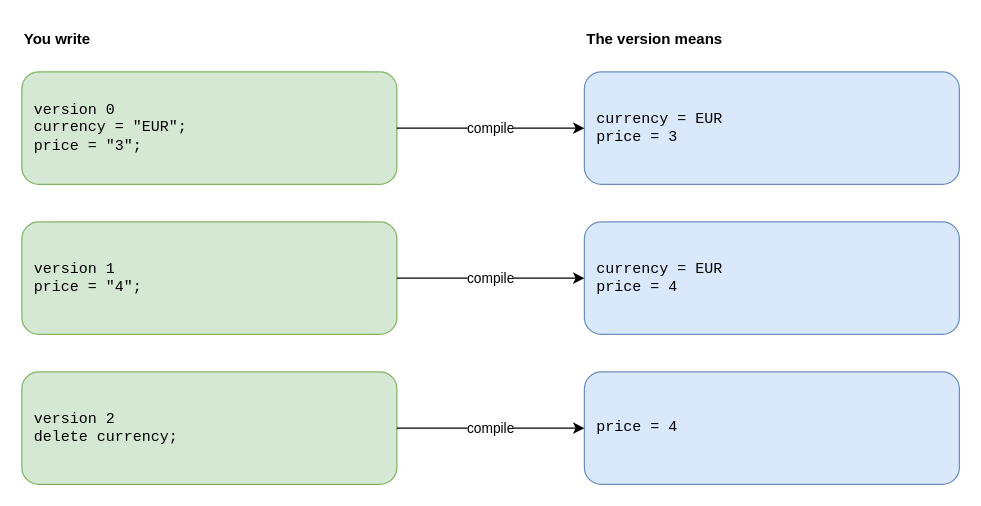
Before: drawio/08_inheritance.drawio in goloveshin/galimatron_doc, a draw.io diagram. Source tidied: cells renumbered, new cells numbered last; positions are measured from the earlier drawing's top-left corner, leaving out a move shared by most shapes. Both pictures are drawn from the tidied source at 125%, with x=0, y=0 at pixel (21, 21).
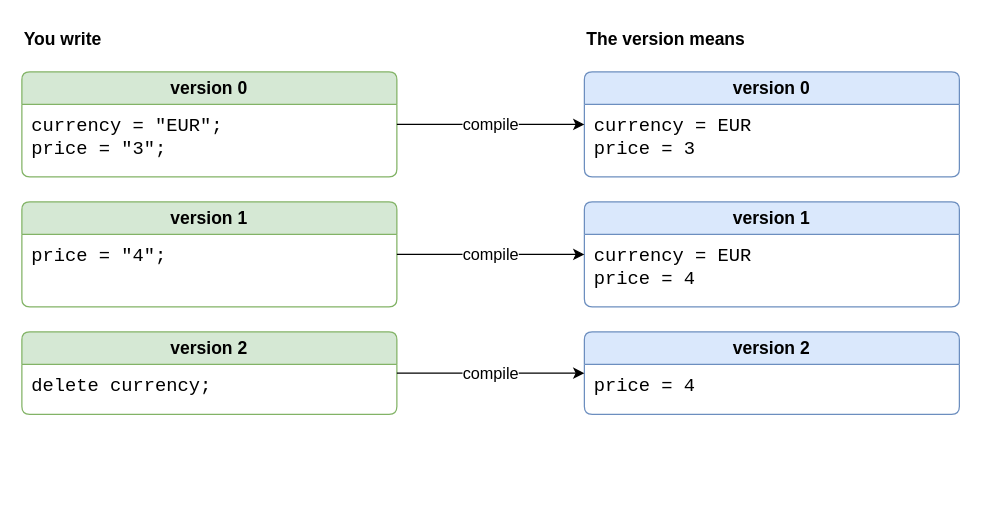
After the change.

The edit, as a diff of the source:
```diff
@@
 <mxGraphModel>
   <root>
     <mxCell id="0" />
     <mxCell id="1" parent="0" />
-    <mxCell id="2" value="You write" style="text;html=1;whiteSpace=wrap;verticalAlign=middle;align=left;fontStyle=1;" parent="1" vertex="1">
+    <mxCell id="2" value="You write" style="text;html=1;whiteSpace=wrap;verticalAlign=middle;align=left;fontStyle=1;fontSize=14;" parent="1" vertex="1">
       <mxGeometry width="300" height="28" as="geometry" />
     </mxCell>
-    <mxCell id="3" value="The version means" style="text;html=1;whiteSpace=wrap;verticalAlign=middle;align=left;fontStyle=1;" parent="1" vertex="1">
+    <mxCell id="3" value="The version means" style="text;html=1;whiteSpace=wrap;verticalAlign=middle;align=left;fontStyle=1;fontSize=14;" parent="1" vertex="1">
       <mxGeometry x="450" width="300" height="28" as="geometry" />
     </mxCell>
-    <mxCell id="4" value="version 0&lt;br&gt;currency = &quot;EUR&quot;;&lt;br&gt;price = &quot;3&quot;;" style="rounded=1;whiteSpace=wrap;html=1;fillColor=#d5e8d4;strokeColor=#82b366;fontFamily=Courier New;fontSize=12;align=left;spacingLeft=8;spacingRight=8;" parent="1" vertex="1">
-      <mxGeometry y="40" width="300" height="90" as="geometry" />
+    <mxCell id="4" value="version 0" style="swimlane;whiteSpace=wrap;html=1;rounded=1;arcSize=8;startSize=26;fillColor=#d5e8d4;strokeColor=#82b366;swimlaneFillColor=#ffffff;fontStyle=1;fontSize=14;align=center;" parent="1" vertex="1">
+      <mxGeometry y="40" width="300" height="84" as="geometry" />
     </mxCell>
+    <mxCell id="13" value="currency = &quot;EUR&quot;;&lt;br&gt;price = &quot;3&quot;;" style="text;html=1;whiteSpace=wrap;verticalAlign=top;align=left;fontFamily=Courier New;fontSize=15;spacingLeft=6;spacingRight=4;spacingTop=3;" parent="4" vertex="1">
+      <mxGeometry y="26" width="300" height="58" as="geometry" />
+    </mxCell>
-    <mxCell id="5" value="currency = EUR&lt;br&gt;price = 3" style="rounded=1;whiteSpace=wrap;html=1;fillColor=#dae8fc;strokeColor=#6c8ebf;fontFamily=Courier New;fontSize=12;align=left;spacingLeft=8;spacingRight=8;" parent="1" vertex="1">
-      <mxGeometry x="450" y="40" width="300" height="90" as="geometry" />
+    <mxCell id="5" value="version 0" style="swimlane;whiteSpace=wrap;html=1;rounded=1;arcSize=8;startSize=26;fillColor=#dae8fc;strokeColor=#6c8ebf;swimlaneFillColor=#ffffff;fontStyle=1;fontSize=14;align=center;" parent="1" vertex="1">
+      <mxGeometry x="450" y="40" width="300" height="84" as="geometry" />
     </mxCell>
+    <mxCell id="14" value="currency = EUR&lt;br&gt;price = 3" style="text;html=1;whiteSpace=wrap;verticalAlign=top;align=left;fontFamily=Courier New;fontSize=15;spacingLeft=6;spacingRight=4;spacingTop=3;" parent="5" vertex="1">
+      <mxGeometry y="26" width="300" height="58" as="geometry" />
+    </mxCell>
-    <mxCell id="6" value="compile" style="endArrow=classic;html=1;labelBackgroundColor=#ffffff;edgeStyle=none;" parent="1" edge="1" source="4" target="5">
+    <mxCell id="6" value="compile" style="endArrow=classic;html=1;labelBackgroundColor=#ffffff;edgeStyle=none;fontSize=13;" parent="1" edge="1" source="4" target="5">
       <mxGeometry relative="1" as="geometry" />
     </mxCell>
-    <mxCell id="7" value="version 1&lt;br&gt;price = &quot;4&quot;;" style="rounded=1;whiteSpace=wrap;html=1;fillColor=#d5e8d4;strokeColor=#82b366;fontFamily=Courier New;fontSize=12;align=left;spacingLeft=8;spacingRight=8;" parent="1" vertex="1">
-      <mxGeometry y="160" width="300" height="90" as="geometry" />
+    <mxCell id="7" value="version 1" style="swimlane;whiteSpace=wrap;html=1;rounded=1;arcSize=8;startSize=26;fillColor=#d5e8d4;strokeColor=#82b366;swimlaneFillColor=#ffffff;fontStyle=1;fontSize=14;align=center;" parent="1" vertex="1">
+      <mxGeometry y="144" width="300" height="84" as="geometry" />
     </mxCell>
+    <mxCell id="15" value="price = &quot;4&quot;;" style="text;html=1;whiteSpace=wrap;verticalAlign=top;align=left;fontFamily=Courier New;fontSize=15;spacingLeft=6;spacingRight=4;spacingTop=3;" parent="7" vertex="1">
+      <mxGeometry y="26" width="300" height="58" as="geometry" />
+    </mxCell>
-    <mxCell id="8" value="currency = EUR&lt;br&gt;price = 4" style="rounded=1;whiteSpace=wrap;html=1;fillColor=#dae8fc;strokeColor=#6c8ebf;fontFamily=Courier New;fontSize=12;align=left;spacingLeft=8;spacingRight=8;" parent="1" vertex="1">
-      <mxGeometry x="450" y="160" width="300" height="90" as="geometry" />
+    <mxCell id="8" value="version 1" style="swimlane;whiteSpace=wrap;html=1;rounded=1;arcSize=8;startSize=26;fillColor=#dae8fc;strokeColor=#6c8ebf;swimlaneFillColor=#ffffff;fontStyle=1;fontSize=14;align=center;" parent="1" vertex="1">
+      <mxGeometry x="450" y="144" width="300" height="84" as="geometry" />
     </mxCell>
+    <mxCell id="16" value="currency = EUR&lt;br&gt;price = 4" style="text;html=1;whiteSpace=wrap;verticalAlign=top;align=left;fontFamily=Courier New;fontSize=15;spacingLeft=6;spacingRight=4;spacingTop=3;" parent="8" vertex="1">
+      <mxGeometry y="26" width="300" height="58" as="geometry" />
+    </mxCell>
-    <mxCell id="9" value="compile" style="endArrow=classic;html=1;labelBackgroundColor=#ffffff;edgeStyle=none;" parent="1" edge="1" source="7" target="8">
+    <mxCell id="9" value="compile" style="endArrow=classic;html=1;labelBackgroundColor=#ffffff;edgeStyle=none;fontSize=13;" parent="1" edge="1" source="7" target="8">
       <mxGeometry relative="1" as="geometry" />
     </mxCell>
-    <mxCell id="10" value="version 2&lt;br&gt;delete currency;" style="rounded=1;whiteSpace=wrap;html=1;fillColor=#d5e8d4;strokeColor=#82b366;fontFamily=Courier New;fontSize=12;align=left;spacingLeft=8;spacingRight=8;" parent="1" vertex="1">
-      <mxGeometry y="280" width="300" height="90" as="geometry" />
+    <mxCell id="10" value="version 2" style="swimlane;whiteSpace=wrap;html=1;rounded=1;arcSize=8;startSize=26;fillColor=#d5e8d4;strokeColor=#82b366;swimlaneFillColor=#ffffff;fontStyle=1;fontSize=14;align=center;" parent="1" vertex="1">
+      <mxGeometry y="248" width="300" height="66" as="geometry" />
     </mxCell>
+    <mxCell id="17" value="delete currency;" style="text;html=1;whiteSpace=wrap;verticalAlign=top;align=left;fontFamily=Courier New;fontSize=15;spacingLeft=6;spacingRight=4;spacingTop=3;" parent="10" vertex="1">
+      <mxGeometry y="26" width="300" height="40" as="geometry" />
+    </mxCell>
-    <mxCell id="11" value="price = 4" style="rounded=1;whiteSpace=wrap;html=1;fillColor=#dae8fc;strokeColor=#6c8ebf;fontFamily=Courier New;fontSize=12;align=left;spacingLeft=8;spacingRight=8;" parent="1" vertex="1">
-      <mxGeometry x="450" y="280" width="300" height="90" as="geometry" />
+    <mxCell id="11" value="version 2" style="swimlane;whiteSpace=wrap;html=1;rounded=1;arcSize=8;startSize=26;fillColor=#dae8fc;strokeColor=#6c8ebf;swimlaneFillColor=#ffffff;fontStyle=1;fontSize=14;align=center;" parent="1" vertex="1">
+      <mxGeometry x="450" y="248" width="300" height="66" as="geometry" />
     </mxCell>
+    <mxCell id="18" value="price = 4" style="text;html=1;whiteSpace=wrap;verticalAlign=top;align=left;fontFamily=Courier New;fontSize=15;spacingLeft=6;spacingRight=4;spacingTop=3;" parent="11" vertex="1">
+      <mxGeometry y="26" width="300" height="40" as="geometry" />
+    </mxCell>
-    <mxCell id="12" value="compile" style="endArrow=classic;html=1;labelBackgroundColor=#ffffff;edgeStyle=none;" parent="1" edge="1" source="10" target="11">
+    <mxCell id="12" value="compile" style="endArrow=classic;html=1;labelBackgroundColor=#ffffff;edgeStyle=none;fontSize=13;" parent="1" edge="1" source="10" target="11">
       <mxGeometry relative="1" as="geometry" />
     </mxCell>
   </root>
 </mxGraphModel>
```
